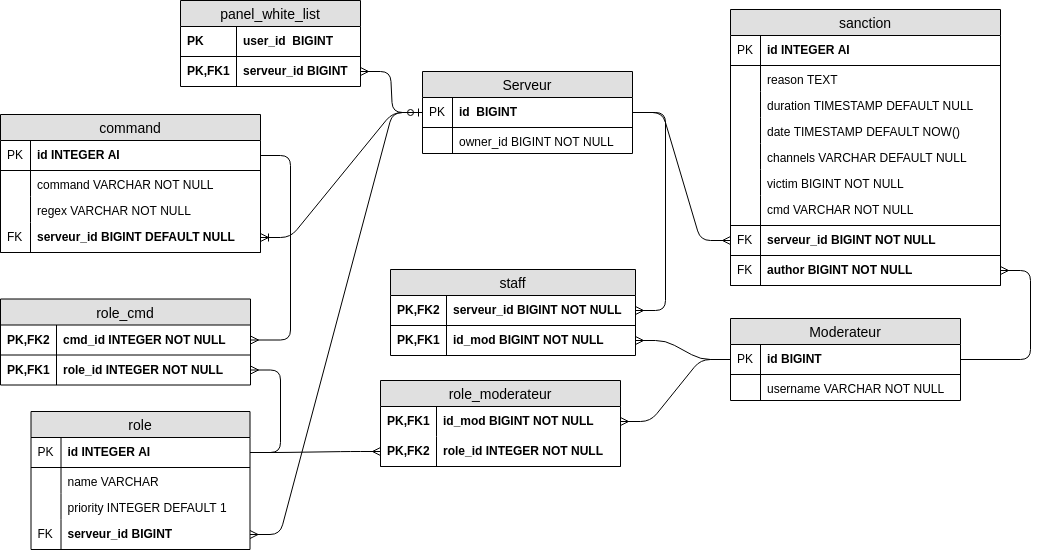
This is doc/schema_logique.png from RomainCtl/discord_project, a draw.io export, as it was before one commit. Source tidied: cells renumbered, new cells last; positions are measured from the earlier drawing's top-left corner, leaving out a move shared by most shapes.
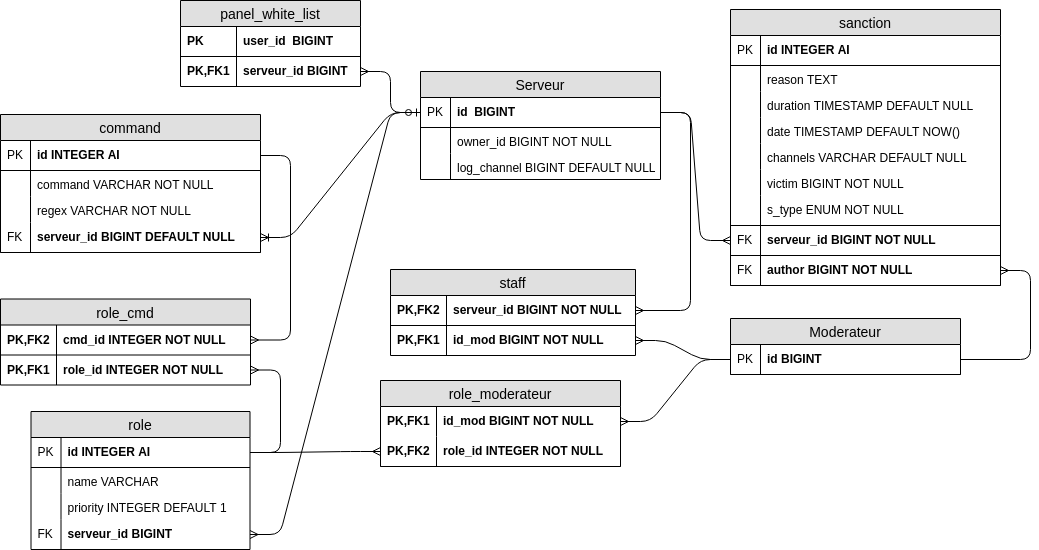
Above is the later version.

What changed in the source:
```diff
@@ -6,22 +6,28 @@
       <mxGeometry relative="1" as="geometry" />
     </mxCell>
     <mxCell id="3" value="Serveur" style="swimlane;fontStyle=0;horizontal=1;startSize=26;fillColor=#e0e0e0;swimlaneFillColor=#ffffff;align=center;fontSize=14;fontColor=#000000;strokeColor=#000000;" parent="1" vertex="1">
-      <mxGeometry x="422" y="71" width="210" height="82" as="geometry" />
+      <mxGeometry x="420" y="71" width="240" height="108" as="geometry" />
     </mxCell>
     <mxCell id="4" value="id  BIGINT" style="shape=partialRectangle;top=0;left=0;right=0;bottom=1;align=left;verticalAlign=middle;fillColor=none;spacingLeft=34;spacingRight=4;overflow=hidden;points=[[0,0.5],[1,0.5]];portConstraint=eastwest;fontStyle=1;fontSize=12;fontColor=#000000;strokeColor=#000000;" parent="3" vertex="1">
-      <mxGeometry y="26" width="210" height="30" as="geometry" />
+      <mxGeometry y="26" width="240" height="30" as="geometry" />
     </mxCell>
     <mxCell id="5" value="PK" style="shape=partialRectangle;top=0;left=0;bottom=0;fillColor=none;align=left;verticalAlign=middle;spacingLeft=4;spacingRight=4;overflow=hidden;fontSize=12;fontColor=#000000;strokeColor=#000000;" parent="4" vertex="1">
       <mxGeometry width="30" height="30" as="geometry" />
     </mxCell>
     <mxCell id="6" value="owner_id BIGINT NOT NULL" style="shape=partialRectangle;top=0;left=0;right=0;bottom=0;align=left;verticalAlign=top;fillColor=none;spacingLeft=34;spacingRight=4;overflow=hidden;fontSize=12;fontColor=#000000;strokeColor=#000000;" parent="3" vertex="1">
-      <mxGeometry y="56" width="210" height="26" as="geometry" />
+      <mxGeometry y="56" width="240" height="26" as="geometry" />
     </mxCell>
     <mxCell id="7" style="shape=partialRectangle;top=0;left=0;bottom=0;fillColor=none;align=left;verticalAlign=top;spacingLeft=4;spacingRight=4;overflow=hidden;fontSize=12;fontColor=#000000;strokeColor=#000000;" parent="6" vertex="1">
       <mxGeometry width="30" height="26" as="geometry" />
     </mxCell>
+    <mxCell id="80" value="log_channel BIGINT DEFAULT NULL" style="shape=partialRectangle;top=0;left=0;right=0;bottom=0;align=left;verticalAlign=top;fillColor=none;spacingLeft=34;spacingRight=4;overflow=hidden;fontSize=12;fontColor=#000000;strokeColor=#000000;" parent="3" vertex="1">
+      <mxGeometry y="82" width="240" height="26" as="geometry" />
+    </mxCell>
+    <mxCell id="81" style="shape=partialRectangle;top=0;left=0;bottom=0;fillColor=none;align=left;verticalAlign=top;spacingLeft=4;spacingRight=4;overflow=hidden;fontSize=12;fontColor=#000000;strokeColor=#000000;" parent="80" vertex="1">
+      <mxGeometry width="30" height="26" as="geometry" />
+    </mxCell>
     <mxCell id="8" value="Moderateur" style="swimlane;fontStyle=0;horizontal=1;startSize=26;fillColor=#e0e0e0;swimlaneFillColor=#ffffff;align=center;fontSize=14;strokeColor=#000000;fontColor=#000000;" parent="1" vertex="1">
-      <mxGeometry x="730" y="318" width="230" height="82" as="geometry" />
+      <mxGeometry x="730" y="318" width="230" height="56" as="geometry" />
     </mxCell>
     <mxCell id="9" value="id BIGINT" style="shape=partialRectangle;top=0;left=0;right=0;bottom=1;align=left;verticalAlign=middle;fillColor=none;spacingLeft=34;spacingRight=4;overflow=hidden;points=[[0,0.5],[1,0.5]];portConstraint=eastwest;fontStyle=1;fontSize=12;strokeColor=#000000;fontColor=#000000;" parent="8" vertex="1">
       <mxGeometry y="26" width="230" height="30" as="geometry" />
@@ -29,12 +35,6 @@
     <mxCell id="10" value="PK" style="shape=partialRectangle;top=0;left=0;bottom=0;fillColor=none;align=left;verticalAlign=middle;spacingLeft=4;spacingRight=4;overflow=hidden;fontSize=12;strokeColor=#000000;fontColor=#000000;" parent="9" vertex="1">
       <mxGeometry width="30" height="30" as="geometry" />
     </mxCell>
-    <mxCell id="11" value="username VARCHAR NOT NULL" style="shape=partialRectangle;top=0;left=0;right=0;bottom=0;align=left;verticalAlign=top;fillColor=none;spacingLeft=34;spacingRight=4;overflow=hidden;fontSize=12;strokeColor=#000000;fontColor=#000000;" parent="8" vertex="1">
-      <mxGeometry y="56" width="230" height="26" as="geometry" />
-    </mxCell>
-    <mxCell id="12" style="shape=partialRectangle;top=0;left=0;bottom=0;fillColor=none;align=left;verticalAlign=top;spacingLeft=4;spacingRight=4;overflow=hidden;fontSize=12;strokeColor=#000000;fontColor=#000000;" parent="11" vertex="1">
-      <mxGeometry width="30" height="26" as="geometry" />
-    </mxCell>
     <mxCell id="13" value="role" style="swimlane;fontStyle=0;horizontal=1;startSize=26;fillColor=#e0e0e0;swimlaneFillColor=#ffffff;align=center;fontSize=14;strokeColor=#000000;fontColor=#000000;" parent="1" vertex="1">
       <mxGeometry x="30.5" y="411" width="219" height="138" as="geometry" />
     </mxCell>
@@ -101,7 +101,7 @@
     <mxCell id="34" style="shape=partialRectangle;top=0;left=0;bottom=0;fillColor=none;align=left;verticalAlign=top;spacingLeft=4;spacingRight=4;overflow=hidden;fontSize=12;fontColor=#000000;strokeColor=#000000;" parent="33" vertex="1">
       <mxGeometry width="30" height="26" as="geometry" />
     </mxCell>
-    <mxCell id="35" value="cmd VARCHAR NOT NULL" style="shape=partialRectangle;top=0;left=0;right=0;bottom=1;align=left;verticalAlign=middle;fillColor=none;spacingLeft=34;spacingRight=4;overflow=hidden;fontStyle=0;fontSize=12;fontColor=#000000;strokeColor=#000000;" parent="22" vertex="1">
+    <mxCell id="35" value="s_type ENUM NOT NULL" style="shape=partialRectangle;top=0;left=0;right=0;bottom=1;align=left;verticalAlign=middle;fillColor=none;spacingLeft=34;spacingRight=4;overflow=hidden;fontStyle=0;fontSize=12;fontColor=#000000;strokeColor=#000000;" parent="22" vertex="1">
       <mxGeometry y="186" width="270" height="30" as="geometry" />
     </mxCell>
     <mxCell id="36" style="shape=partialRectangle;top=0;left=0;bottom=0;fillColor=none;align=left;verticalAlign=middle;spacingLeft=4;spacingRight=4;overflow=hidden;fontSize=12;fontColor=#000000;strokeColor=#000000;" parent="35" vertex="1">
```
